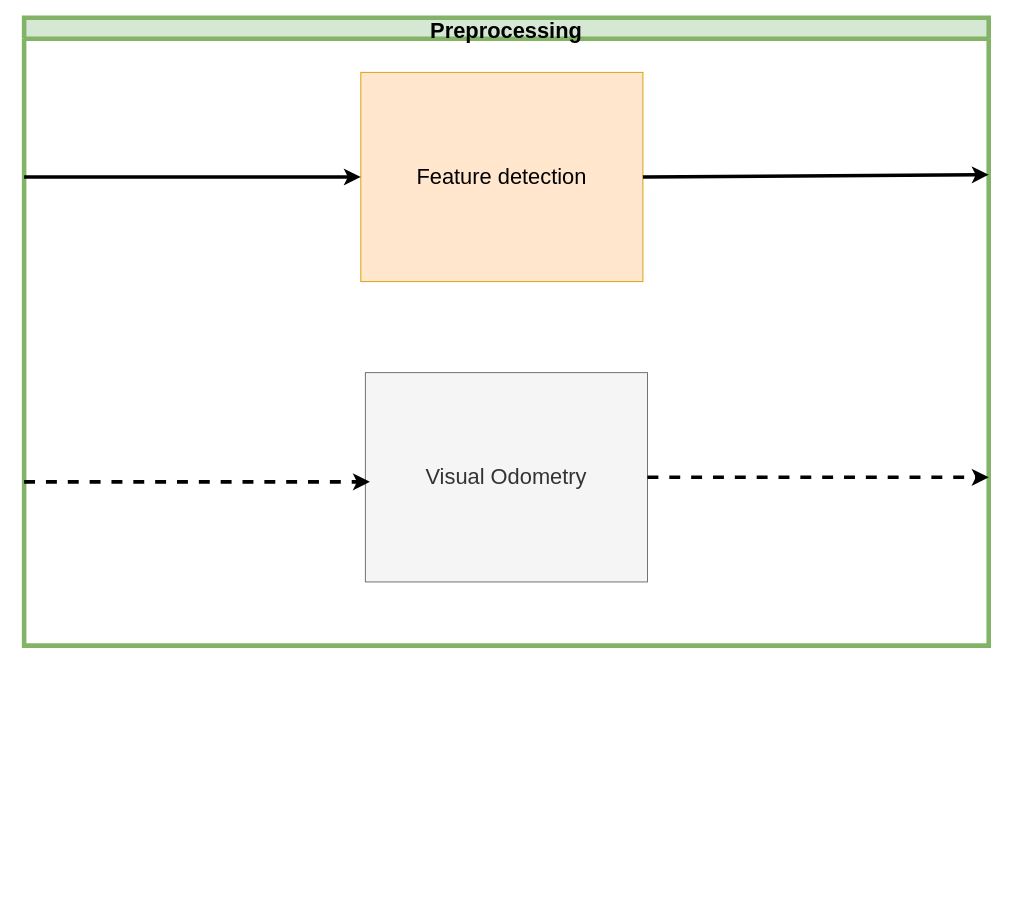
This is page "Perception" (5 of 11) of TestNav.drawio from ipa-dmo/ipa_outdoor_docu, a draw.io file, before an edit. Source tidied: cells renumbered, new cells numbered last; positions are measured from the earlier drawing's top-left corner, leaving out a move shared by most shapes. Both pictures are drawn from the tidied source at 91%, with x=0, y=0 at pixel (24, 17).
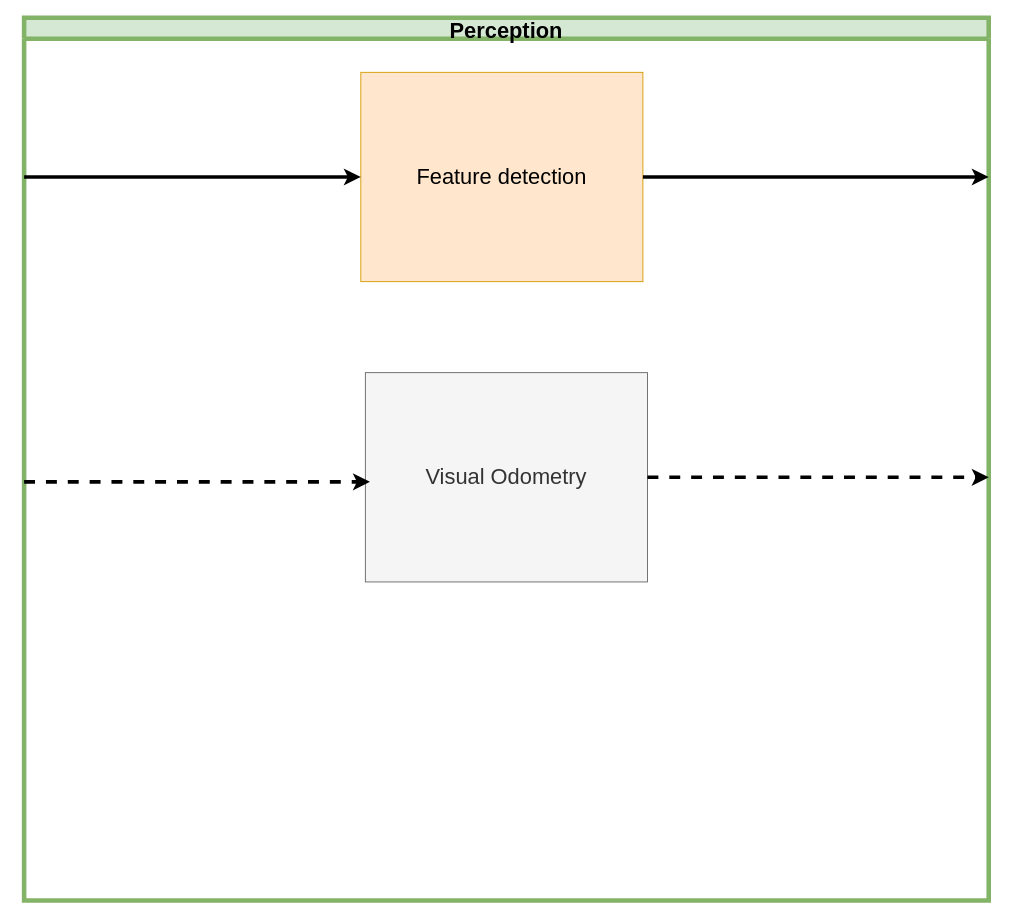
Above is the later version.

Diff of the diagram source:
```diff
@@
 <mxGraphModel>
   <root>
     <mxCell id="0" />
     <mxCell id="1" parent="0" />
-    <mxCell id="2" value="Preprocessing" style="swimlane;fillColor=#d5e8d4;strokeColor=#82b366;fontSize=24;strokeWidth=5;startSize=23;" parent="1" vertex="1">
-      <mxGeometry width="1060" height="690" as="geometry" />
+    <mxCell id="2" value="Perception" style="swimlane;fillColor=#d5e8d4;strokeColor=#82b366;fontSize=24;strokeWidth=5;startSize=23;" parent="1" vertex="1">
+      <mxGeometry width="1060" height="970" as="geometry" />
     </mxCell>
     <mxCell id="3" value="&lt;font style=&quot;font-size: 24px&quot;&gt;Feature detection&lt;/font&gt;" style="whiteSpace=wrap;html=1;fillColor=#ffe6cc;strokeColor=#d79b00;" parent="2" vertex="1">
       <mxGeometry x="370" y="60" width="310" height="230" as="geometry" />
     </mxCell>
     <mxCell id="4" style="endArrow=classic;html=1;entryX=0;entryY=0.5;entryDx=0;entryDy=0;strokeWidth=4;" parent="2" edge="1" target="3">
       <mxGeometry relative="1" as="geometry">
         <mxPoint y="175" as="sourcePoint" />
       </mxGeometry>
     </mxCell>
-    <mxCell id="5" style="endArrow=classic;html=1;entryX=1;entryY=0.25;entryDx=0;entryDy=0;strokeWidth=4;exitX=1;exitY=0.5;exitDx=0;exitDy=0;" parent="2" edge="1" source="3" target="2">
-      <mxGeometry relative="1" as="geometry" />
+    <mxCell id="5" style="endArrow=classic;html=1;strokeWidth=4;exitX=1;exitY=0.5;exitDx=0;exitDy=0;edgeStyle=elbowEdgeStyle;" parent="2" edge="1" source="3">
+      <mxGeometry relative="1" as="geometry">
+        <mxPoint x="1060" y="175" as="targetPoint" />
+      </mxGeometry>
     </mxCell>
     <mxCell id="6" value="&lt;font style=&quot;font-size: 24px&quot;&gt;Visual Odometry&lt;br&gt;&lt;/font&gt;" style="whiteSpace=wrap;html=1;fillColor=#f5f5f5;strokeColor=#666666;fontColor=#333333;" parent="2" vertex="1">
       <mxGeometry x="375" y="390" width="310" height="230" as="geometry" />
     </mxCell>
     <mxCell id="7" style="endArrow=classic;html=1;entryX=0;entryY=0.5;entryDx=0;entryDy=0;strokeWidth=4;dashed=1;" parent="1" edge="1">
       <mxGeometry relative="1" as="geometry">
         <mxPoint y="510" as="sourcePoint" />
         <mxPoint x="380" y="510" as="targetPoint" />
       </mxGeometry>
     </mxCell>
     <mxCell id="8" style="endArrow=classic;html=1;strokeWidth=4;exitX=1;exitY=0.5;exitDx=0;exitDy=0;dashed=1;" parent="1" edge="1" source="6">
       <mxGeometry relative="1" as="geometry">
         <mxPoint x="1060" y="505" as="targetPoint" />
       </mxGeometry>
     </mxCell>
   </root>
 </mxGraphModel>
```
